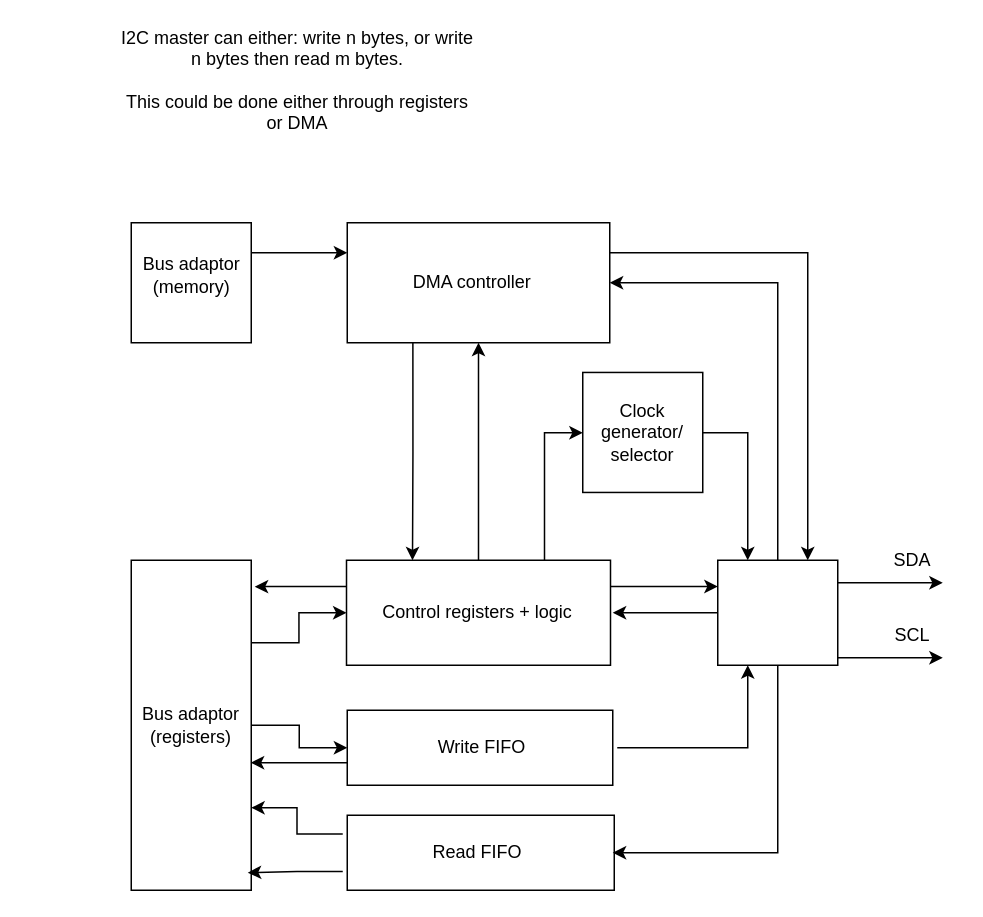
Earlier version of the draw.io diagram I2C block diagram.drawio (digital-design-hq/I2C-master-peripheral). Source tidied: cells renumbered, new cells numbered last; positions are measured from the earlier drawing's top-left corner, leaving out a move shared by most shapes. Both pictures are drawn from the tidied source at 150%, with x=0, y=0 at pixel (26, 27).
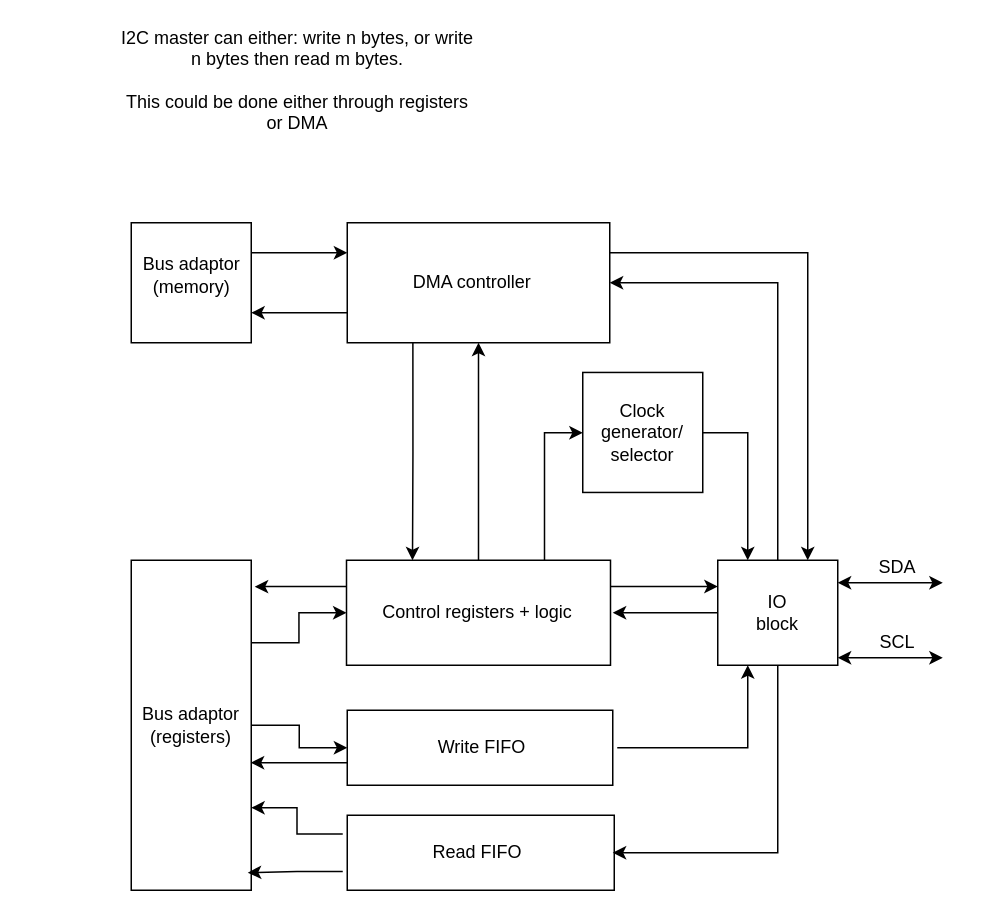
After the change.

Unchanged cells that the change refers to:
```xml
<mxCell id="5" style="whiteSpace=wrap;html=1;" parent="4" vertex="1">
  <mxGeometry width="80" height="80" as="geometry" />
</mxCell>
<mxCell id="13" style="rounded=0;whiteSpace=wrap;html=1;" parent="12" vertex="1">
  <mxGeometry width="175" height="80" as="geometry" />
</mxCell>
<mxCell id="18" style="group;" parent="1" vertex="1">
  <mxGeometry x="461" y="355" width="150" height="70" as="geometry" />
</mxCell>
```

The edit, as a diff of the source:
```diff
@@
-    <mxCell id="20" style="endArrow=classic;html=1;" parent="18" edge="1">
-      <mxGeometry relative="1" as="geometry">
-        <mxPoint x="80" y="15" as="sourcePoint" />
-        <mxPoint x="150" y="15" as="targetPoint" />
-      </mxGeometry>
-    </mxCell>
-    <mxCell id="21" style="endArrow=classic;html=1;" parent="18" edge="1">
-      <mxGeometry relative="1" as="geometry">
-        <mxPoint x="80" y="65" as="sourcePoint" />
-        <mxPoint x="150" y="65" as="targetPoint" />
-      </mxGeometry>
-    </mxCell>
+    <mxCell id="46" style="endArrow=classic;startArrow=classic;html=1;" parent="18" edge="1">
+      <mxGeometry relative="1" as="geometry">
+        <mxPoint x="80" y="65" as="sourcePoint" />
+        <mxPoint x="150" y="65" as="targetPoint" />
+      </mxGeometry>
+    </mxCell>
     <mxCell id="22" value="SCL" style="text;html=1;strokeColor=none;fillColor=none;align=center;verticalAlign=middle;whiteSpace=wrap;rounded=0;" parent="18" vertex="1">
-      <mxGeometry x="110" y="40" width="40" height="20" as="geometry" />
+      <mxGeometry x="100" y="45" width="40" height="20" as="geometry" />
     </mxCell>
+    <mxCell id="29" value="SDA" style="text;html=1;strokeColor=none;fillColor=none;align=center;verticalAlign=middle;whiteSpace=wrap;rounded=0;" parent="18" vertex="1">
+      <mxGeometry x="100" y="-5" width="40" height="20" as="geometry" />
+    </mxCell>
+    <mxCell id="47" value="IO block" style="text;html=1;strokeColor=none;fillColor=none;align=center;verticalAlign=middle;whiteSpace=wrap;rounded=0;" parent="18" vertex="1">
+      <mxGeometry x="20.2" y="25" width="40" height="20" as="geometry" />
+    </mxCell>
@@
-    <mxCell id="29" value="SDA" style="text;html=1;strokeColor=none;fillColor=none;align=center;verticalAlign=middle;whiteSpace=wrap;rounded=0;" parent="1" vertex="1">
-      <mxGeometry x="571" y="345" width="40" height="20" as="geometry" />
-    </mxCell>
@@
+    <mxCell id="48" style="endArrow=classic;startArrow=classic;html=1;" parent="1" edge="1">
+      <mxGeometry relative="1" as="geometry">
+        <mxPoint x="541" y="370" as="sourcePoint" />
+        <mxPoint x="611" y="370" as="targetPoint" />
+      </mxGeometry>
+    </mxCell>
+    <mxCell id="49" style="edgeStyle=orthogonalEdgeStyle;rounded=0;jettySize=auto;html=1;exitX=0;exitY=0.75;exitDx=0;exitDy=0;entryX=1;entryY=0.75;entryDx=0;entryDy=0;" parent="1" edge="1" source="13" target="5">
+      <mxGeometry relative="1" as="geometry" />
+    </mxCell>
```
